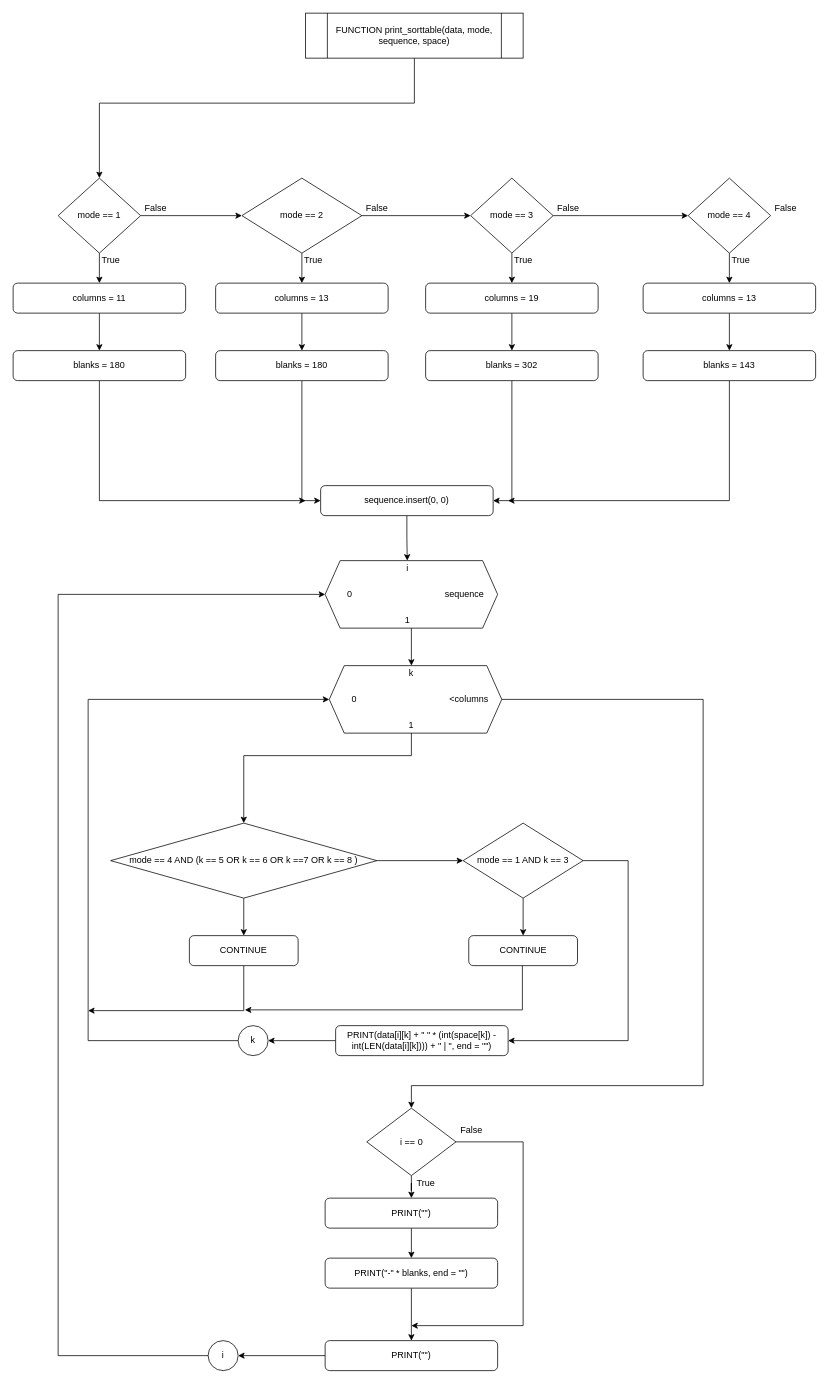
Above: Flowchart/clients/print_sorttable.drawio in RabbitBear00/Car-Rental-System (draw.io), before the change. Source tidied: cells renumbered, new cells numbered last; positions are measured from the earlier drawing's top-left corner, leaving out a move shared by most shapes. Both pictures are drawn from the tidied source at 75%, with x=0, y=0 at pixel (13, 13).
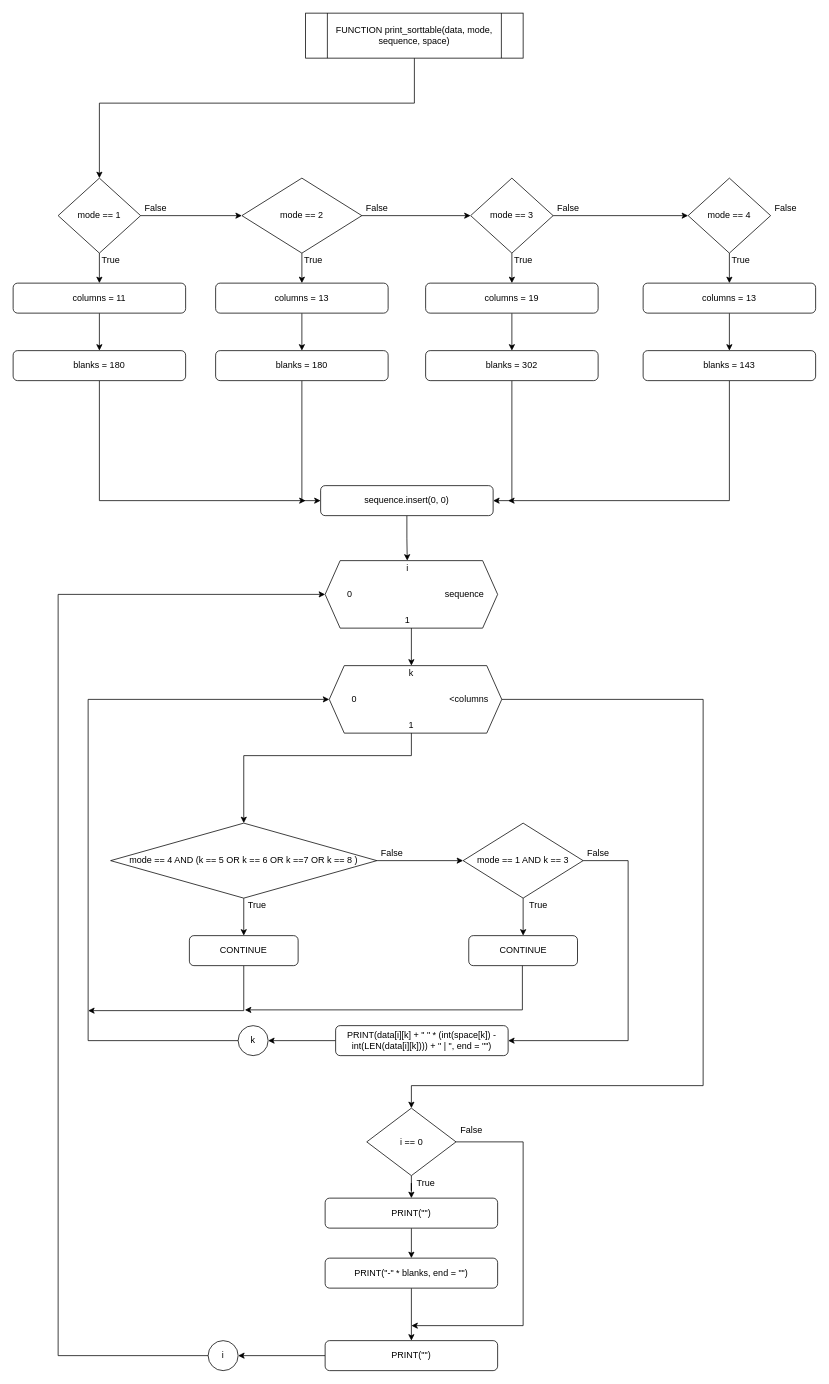
The same page after the edit.

Diff of the diagram source:
```diff
@@
+    <mxCell id="83" value="True" style="text;html=1;align=center;verticalAlign=middle;strokeColor=none;" parent="1" vertex="1">
+      <mxGeometry x="305" y="1180" width="40" height="20" as="geometry" />
+    </mxCell>
+    <mxCell id="84" value="True" style="text;html=1;align=center;verticalAlign=middle;strokeColor=none;" parent="1" vertex="1">
+      <mxGeometry x="680" y="1180" width="40" height="20" as="geometry" />
+    </mxCell>
+    <mxCell id="85" value="False" style="text;html=1;align=center;verticalAlign=middle;strokeColor=none;" parent="1" vertex="1">
+      <mxGeometry x="485" y="1110" width="40" height="20" as="geometry" />
+    </mxCell>
+    <mxCell id="86" value="False" style="text;html=1;align=center;verticalAlign=middle;strokeColor=none;" parent="1" vertex="1">
+      <mxGeometry x="760" y="1110" width="40" height="20" as="geometry" />
+    </mxCell>
```
